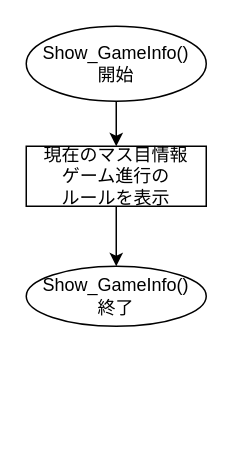
The draw.io diagram 詳細仕様書/図表/Function/Play_Tic_Tac_toe/Show_Game_Info/Show_Game_Info.drawio in hip-umemura/tic_tac_toe, before the edit. Source tidied: cells renumbered, new cells numbered last; positions are measured from the earlier drawing's top-left corner, leaving out a move shared by most shapes. Both pictures are drawn from the tidied source at 150%, with x=0, y=0 at pixel (26, 26).
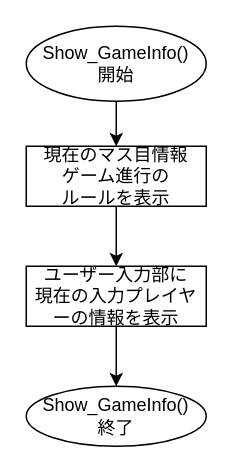
After the change.

Diff of the diagram source:
```diff
@@
 <mxGraphModel>
   <root>
     <mxCell id="0" />
     <mxCell id="1" parent="0" />
     <mxCell id="2" style="edgeStyle=orthogonalEdgeStyle;rounded=0;jettySize=auto;html=1;exitX=0.5;exitY=1;exitDx=0;exitDy=0;" parent="1" edge="1" source="3" target="5">
       <mxGeometry relative="1" as="geometry" />
     </mxCell>
     <mxCell id="3" value="Show_GameInfo()&lt;br&gt;開始" style="ellipse;whiteSpace=wrap;html=1;" parent="1" vertex="1">
       <mxGeometry width="120" height="50" as="geometry" />
     </mxCell>
-    <mxCell id="4" style="edgeStyle=orthogonalEdgeStyle;rounded=0;jettySize=auto;html=1;exitX=0.5;exitY=1;exitDx=0;exitDy=0;entryX=0.5;entryY=0;entryDx=0;entryDy=0;" parent="1" edge="1" source="5" target="6">
-      <mxGeometry relative="1" as="geometry" />
-    </mxCell>
+    <mxCell id="7" style="edgeStyle=orthogonalEdgeStyle;rounded=0;jettySize=auto;html=1;exitX=0.5;exitY=1;exitDx=0;exitDy=0;entryX=0.5;entryY=0;entryDx=0;entryDy=0;" parent="1" edge="1" source="5" target="9">
+      <mxGeometry relative="1" as="geometry" />
+    </mxCell>
     <mxCell id="5" value="現在のマス目情報&lt;br&gt;ゲーム進行の&lt;div&gt;ルールを表示&lt;/div&gt;" style="rounded=0;whiteSpace=wrap;html=1;" parent="1" vertex="1">
       <mxGeometry y="80" width="120" height="40" as="geometry" />
     </mxCell>
     <mxCell id="6" value="Show_GameInfo()&lt;br&gt;終了" style="ellipse;whiteSpace=wrap;html=1;" parent="1" vertex="1">
-      <mxGeometry y="160" width="120" height="40" as="geometry" />
+      <mxGeometry y="240" width="120" height="40" as="geometry" />
     </mxCell>
+    <mxCell id="8" style="edgeStyle=orthogonalEdgeStyle;rounded=0;jettySize=auto;html=1;exitX=0.5;exitY=1;exitDx=0;exitDy=0;entryX=0.5;entryY=0;entryDx=0;entryDy=0;" parent="1" edge="1" source="9" target="6">
+      <mxGeometry relative="1" as="geometry" />
+    </mxCell>
+    <mxCell id="9" value="ユーザー入力部に&lt;div&gt;現在の入力プレイヤーの情報を表示&lt;/div&gt;" style="rounded=0;whiteSpace=wrap;html=1;" parent="1" vertex="1">
+      <mxGeometry y="160" width="120" height="40" as="geometry" />
+    </mxCell>
   </root>
 </mxGraphModel>
```
